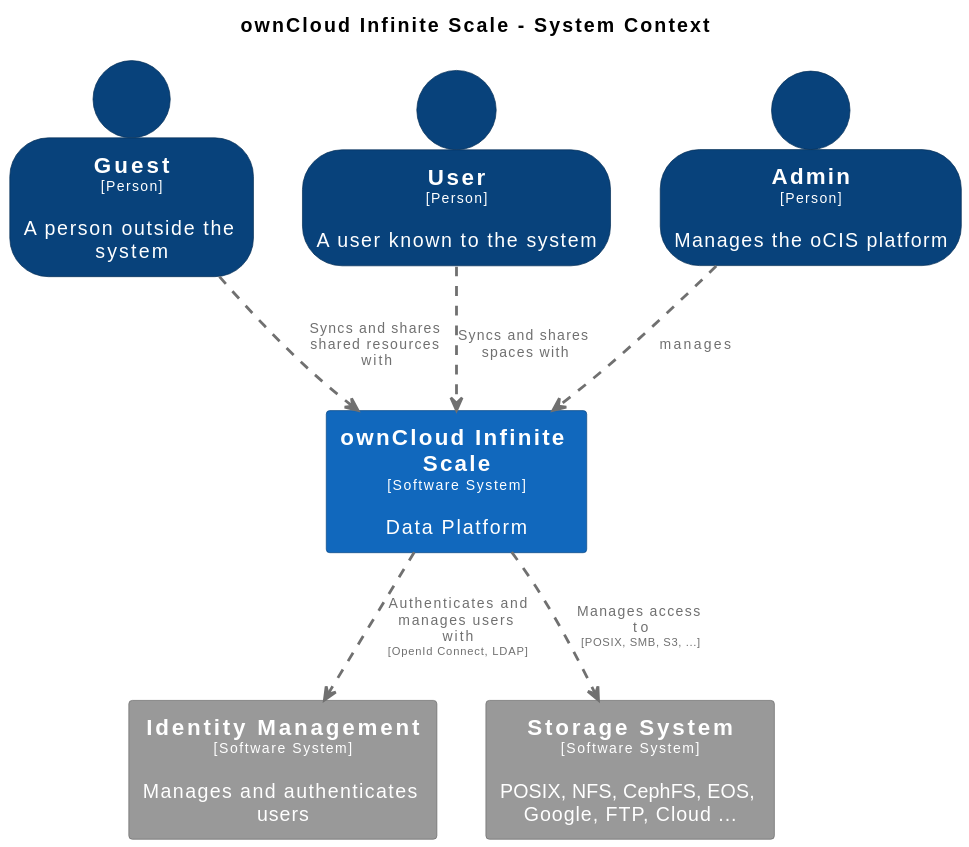
Above: modules/ROOT/images/architecture/c4-ocis-system-context.svg in owncloud/docs-ocis (PlantUML), before the change.
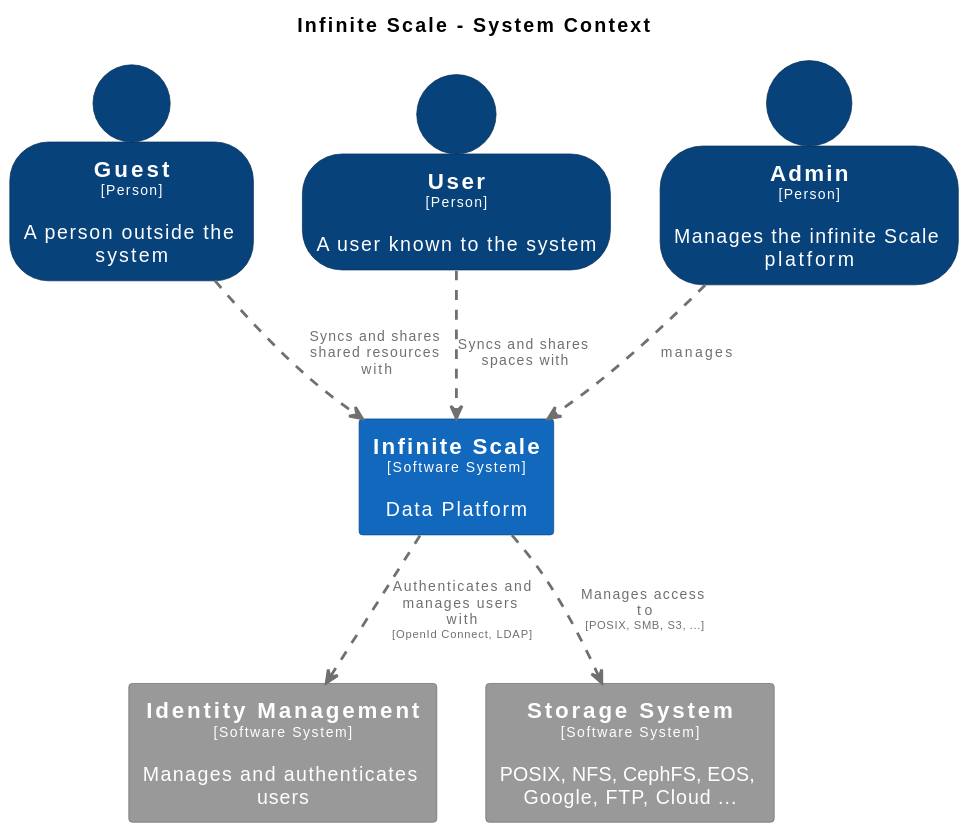
After the commit.

Diff of the diagram source:
```diff
@@ -1,5 +1,5 @@
 @startuml
-title ownCloud Infinite Scale - System Context
+title Infinite Scale - System Context
 
 top to bottom direction
 
@@ -28,6 +28,11 @@
   FontColor #ffffff
   BorderColor #6b6b6b
 }
+skinparam rectangle<<InfiniteScale>> {
+  BackgroundColor #1168bd
+  FontColor #ffffff
+  BorderColor #0b4884
+}
 skinparam rectangle<<StorageSystem>> {
   BackgroundColor #999999
   FontColor #ffffff
@@ -38,22 +43,17 @@
   FontColor #ffffff
   BorderColor #052e56
 }
-skinparam rectangle<<ownCloudInfiniteScale>> {
-  BackgroundColor #1168bd
-  FontColor #ffffff
-  BorderColor #0b4884
-}
 
 person "==Guest\n<size:10>[Person]</size>\n\nA person outside the system" <<Guest>> as Guest
 person "==User\n<size:10>[Person]</size>\n\nA user known to the system" <<User>> as User
-person "==Admin\n<size:10>[Person]</size>\n\nManages the oCIS platform" <<Admin>> as Admin
+person "==Admin\n<size:10>[Person]</size>\n\nManages the infinite Scale platform" <<Admin>> as Admin
 rectangle "==Identity Management\n<size:10>[Software System]</size>\n\nManages and authenticates users" <<IdentityManagement>> as IdentityManagement
 rectangle "==Storage System\n<size:10>[Software System]</size>\n\nPOSIX, NFS, CephFS, EOS, Google, FTP, Cloud ..." <<StorageSystem>> as StorageSystem
-rectangle "==ownCloud Infinite Scale\n<size:10>[Software System]</size>\n\nData Platform" <<ownCloudInfiniteScale>> as ownCloudInfiniteScale
+rectangle "==Infinite Scale\n<size:10>[Software System]</size>\n\nData Platform" <<InfiniteScale>> as InfiniteScale
 
-User .[#707070,thickness=2].> ownCloudInfiniteScale : "<color:#707070>Syncs and shares spaces with"
-Guest .[#707070,thickness=2].> ownCloudInfiniteScale : "<color:#707070>Syncs and shares shared resources with"
-Admin .[#707070,thickness=2].> ownCloudInfiniteScale : "<color:#707070>manages"
-ownCloudInfiniteScale .[#707070,thickness=2].> IdentityManagement : "<color:#707070>Authenticates and manages users with\n<color:#707070><size:8>[OpenId Connect, LDAP]</size>"
-ownCloudInfiniteScale .[#707070,thickness=2].> StorageSystem : "<color:#707070>Manages access to\n<color:#707070><size:8>[POSIX, SMB, S3, ...]</size>"
+User .[#707070,thickness=2].> InfiniteScale : "<color:#707070>Syncs and shares spaces with"
+Guest .[#707070,thickness=2].> InfiniteScale : "<color:#707070>Syncs and shares shared resources with"
+Admin .[#707070,thickness=2].> InfiniteScale : "<color:#707070>manages"
+InfiniteScale .[#707070,thickness=2].> IdentityManagement : "<color:#707070>Authenticates and manages users with\n<color:#707070><size:8>[OpenId Connect, LDAP]</size>"
+InfiniteScale .[#707070,thickness=2].> StorageSystem : "<color:#707070>Manages access to\n<color:#707070><size:8>[POSIX, SMB, S3, ...]</size>"
 @enduml
```
